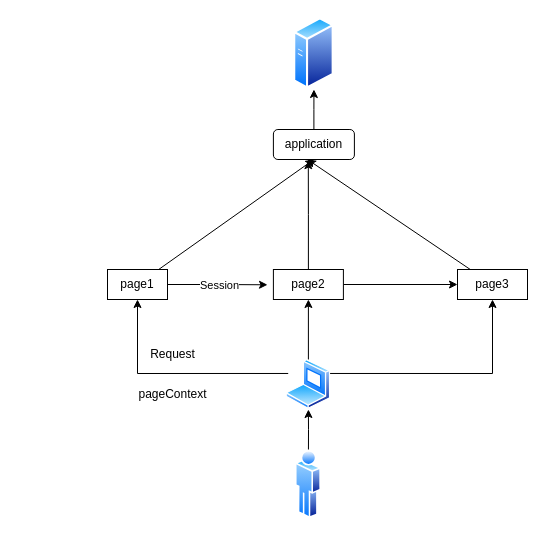
Before: JSPContext.drawio in ZLey373/ImagesXMind, a draw.io diagram. Source tidied: cells renumbered, new cells numbered last; positions are measured from the earlier drawing's top-left corner, leaving out a move shared by most shapes. Both pictures are drawn from the tidied source at 100%, with x=0, y=0 at pixel (107, 17).
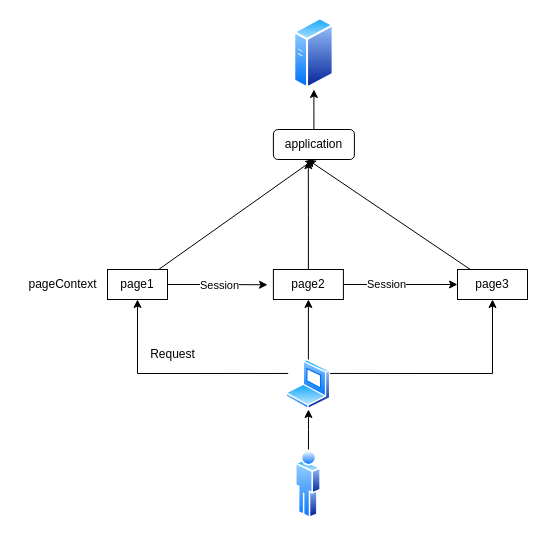
After the change.

Unchanged cells that the change refers to:
```xml
<mxCell id="12" style="edgeStyle=orthogonalEdgeStyle;rounded=0;jettySize=auto;html=1;exitX=1;exitY=0.5;exitDx=0;exitDy=0;entryX=0;entryY=0.5;entryDx=0;entryDy=0;" parent="1" edge="1" source="14" target="16">
  <mxGeometry relative="1" as="geometry" />
</mxCell>
```

Change to the diagram source:
```diff
@@
+    <mxCell id="22" value="Session" style="edgeLabel;html=1;align=center;verticalAlign=middle;" parent="12" vertex="1">
+      <mxGeometry x="-0.24" y="1" relative="1" as="geometry" />
+    </mxCell>
@@
     <mxCell id="20" value="pageContext" style="text;html=1;align=center;verticalAlign=middle;strokeColor=none;fillColor=none;" parent="1" vertex="1">
-      <mxGeometry x="20" y="362" width="90" height="30" as="geometry" />
+      <mxGeometry x="-90" y="252" width="90" height="30" as="geometry" />
     </mxCell>
```
